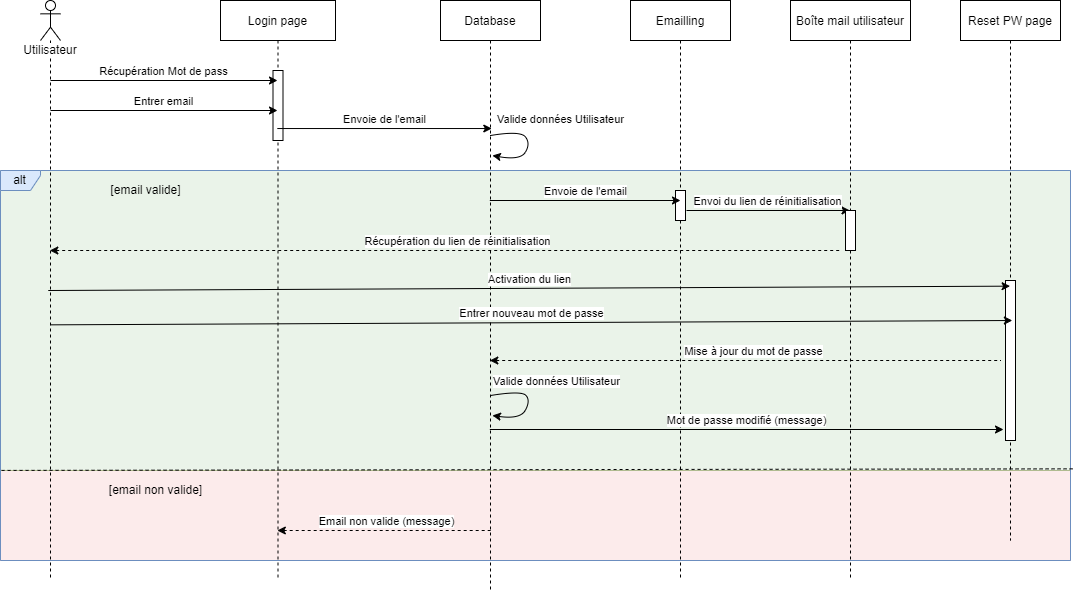
Earlier version of the draw.io export Diagrammes/SequencePasswordReset.drawio.png (Devetik/Diagrammes). Source tidied: cells renumbered, new cells last; positions are measured from the earlier drawing's top-left corner, leaving out a move shared by most shapes. Its diagram source:
```xml
<mxGraphModel>
  <root>
    <mxCell id="0" />
    <mxCell id="1" parent="0" />
    <mxCell id="2" style="rounded=0;whiteSpace=wrap;html=1;fillColor=#f8cecc;strokeColor=#b85450;opacity=40;" parent="1" vertex="1">
      <mxGeometry y="470" width="1070" height="90" as="geometry" />
    </mxCell>
    <mxCell id="3" style="rounded=0;whiteSpace=wrap;html=1;fillColor=#d5e8d4;strokeColor=#82b366;opacity=50;" parent="1" vertex="1">
      <mxGeometry y="170" width="1070" height="300" as="geometry" />
    </mxCell>
    <mxCell id="4" value="Login page" style="shape=umlLifeline;perimeter=lifelinePerimeter;rounded=0;shadow=0;strokeWidth=1;" parent="1" vertex="1">
      <mxGeometry x="220" width="115" height="580" as="geometry" />
    </mxCell>
    <mxCell id="5" style="perimeter=orthogonalPerimeter;rounded=0;shadow=0;strokeWidth=1;" parent="4" vertex="1">
      <mxGeometry x="52.5" y="70" width="10" height="70" as="geometry" />
    </mxCell>
    <mxCell id="6" value="Database" style="shape=umlLifeline;perimeter=lifelinePerimeter;rounded=0;shadow=0;strokeWidth=1;" parent="1" vertex="1">
      <mxGeometry x="440" width="100" height="590" as="geometry" />
    </mxCell>
    <mxCell id="7" value="Valide données Utilisateur" style="curved=1;endArrow=classic;html=1;rounded=0;exitX=0.5;exitY=0.213;exitDx=0;exitDy=0;exitPerimeter=0;entryX=0.519;entryY=0.25;entryDx=0;entryDy=0;entryPerimeter=0;verticalAlign=bottom;" parent="6" edge="1">
      <mxGeometry y="32" relative="1" as="geometry">
        <mxPoint x="50" y="135" as="sourcePoint" />
        <mxPoint x="51.9" y="155" as="targetPoint" />
        <Array as="points">
          <mxPoint x="80" y="130" />
          <mxPoint x="90" y="143" />
          <mxPoint x="80" y="160" />
        </Array>
        <mxPoint x="3" y="-32" as="offset" />
      </mxGeometry>
    </mxCell>
    <mxCell id="8" value="Valide données Utilisateur" style="curved=1;endArrow=classic;html=1;rounded=0;exitX=0.5;exitY=0.213;exitDx=0;exitDy=0;exitPerimeter=0;entryX=0.519;entryY=0.25;entryDx=0;entryDy=0;entryPerimeter=0;verticalAlign=bottom;" parent="6" edge="1">
      <mxGeometry x="-0.05" y="28" relative="1" as="geometry">
        <mxPoint x="50" y="395" as="sourcePoint" />
        <mxPoint x="51.9" y="415" as="targetPoint" />
        <Array as="points">
          <mxPoint x="81" y="390" />
          <mxPoint x="90" y="400" />
          <mxPoint x="80" y="419" />
        </Array>
        <mxPoint x="1" y="-23" as="offset" />
      </mxGeometry>
    </mxCell>
    <mxCell id="9" value="alt" style="shape=umlFrame;whiteSpace=wrap;html=1;width=40;height=20;fillColor=#dae8fc;strokeColor=#6c8ebf;gradientColor=none;swimlaneFillColor=none;" parent="1" vertex="1">
      <mxGeometry y="170" width="1070" height="390" as="geometry" />
    </mxCell>
    <mxCell id="10" value="Utilisateur" style="shape=umlLifeline;participant=umlActor;perimeter=lifelinePerimeter;whiteSpace=wrap;html=1;verticalAlign=top;spacingTop=36;outlineConnect=0;align=center;labelBackgroundColor=default;size=40;" parent="1" vertex="1">
      <mxGeometry x="40" width="20" height="580" as="geometry" />
    </mxCell>
    <mxCell id="11" value="Email non valide (message)" style="endArrow=none;html=1;rounded=0;verticalAlign=bottom;startArrow=classic;startFill=1;endFill=0;dashed=1;" parent="10" edge="1" source="4">
      <mxGeometry x="0.03" relative="1" as="geometry">
        <mxPoint x="450.9" y="530" as="targetPoint" />
        <mxPoint x="-1" as="offset" />
      </mxGeometry>
    </mxCell>
    <mxCell id="12" style="endArrow=none;dashed=1;html=1;rounded=0;entryX=1.003;entryY=0.765;entryDx=0;entryDy=0;entryPerimeter=0;exitX=0.001;exitY=0.769;exitDx=0;exitDy=0;exitPerimeter=0;" parent="1" edge="1" source="9" target="9">
      <mxGeometry relative="1" as="geometry" />
    </mxCell>
    <mxCell id="13" value="[email valide]" style="text;html=1;align=center;verticalAlign=middle;strokeColor=none;fillColor=none;" parent="1" vertex="1">
      <mxGeometry x="100" y="180" width="90" height="20" as="geometry" />
    </mxCell>
    <mxCell id="14" value="Boîte mail utilisateur" style="shape=umlLifeline;perimeter=lifelinePerimeter;rounded=0;shadow=0;strokeWidth=1;" parent="1" vertex="1">
      <mxGeometry x="790" width="120" height="580" as="geometry" />
    </mxCell>
    <mxCell id="15" value="Envoi du lien de réinitialisation" style="endArrow=classic;html=1;rounded=0;verticalAlign=bottom;" parent="14" edge="1" target="14">
      <mxGeometry relative="1" as="geometry">
        <mxPoint x="-104" y="210" as="sourcePoint" />
      </mxGeometry>
    </mxCell>
    <mxCell id="16" value="Récupération du lien de réinitialisation" style="endArrow=none;html=1;rounded=0;verticalAlign=bottom;startArrow=classic;startFill=1;endFill=0;dashed=1;" parent="14" edge="1" source="10">
      <mxGeometry x="0.03" relative="1" as="geometry">
        <mxPoint x="49.7" y="250" as="targetPoint" />
        <mxPoint x="-1" as="offset" />
      </mxGeometry>
    </mxCell>
    <mxCell id="17" value="Mise à jour du mot de passe" style="endArrow=none;html=1;rounded=0;verticalAlign=bottom;startArrow=classic;startFill=1;endFill=0;dashed=1;" parent="14" edge="1" source="6">
      <mxGeometry x="0.03" relative="1" as="geometry">
        <mxPoint x="210.4" y="360" as="targetPoint" />
        <mxPoint x="-1" as="offset" />
      </mxGeometry>
    </mxCell>
    <mxCell id="18" style="perimeter=orthogonalPerimeter;rounded=0;shadow=0;strokeWidth=1;" parent="14" vertex="1">
      <mxGeometry x="55" y="210" width="10" height="40" as="geometry" />
    </mxCell>
    <mxCell id="19" value="Récupération Mot de pass" style="endArrow=classic;html=1;rounded=0;verticalAlign=bottom;" parent="1" edge="1">
      <mxGeometry relative="1" as="geometry">
        <mxPoint x="50" y="80" as="sourcePoint" />
        <mxPoint x="277" y="80" as="targetPoint" />
      </mxGeometry>
    </mxCell>
    <mxCell id="20" value="Envoie de l'email" style="endArrow=classic;html=1;rounded=0;verticalAlign=bottom;entryX=0.513;entryY=0.217;entryDx=0;entryDy=0;entryPerimeter=0;" parent="1" edge="1" source="4" target="6">
      <mxGeometry relative="1" as="geometry" />
    </mxCell>
    <mxCell id="21" value="Entrer email" style="endArrow=classic;html=1;rounded=0;verticalAlign=bottom;" parent="1" edge="1">
      <mxGeometry relative="1" as="geometry">
        <mxPoint x="50" y="110" as="sourcePoint" />
        <mxPoint x="277" y="110" as="targetPoint" />
      </mxGeometry>
    </mxCell>
    <mxCell id="22" value="Emailling" style="shape=umlLifeline;perimeter=lifelinePerimeter;rounded=0;shadow=0;strokeWidth=1;" parent="1" vertex="1">
      <mxGeometry x="630" width="100" height="580" as="geometry" />
    </mxCell>
    <mxCell id="23" style="perimeter=orthogonalPerimeter;rounded=0;shadow=0;strokeWidth=1;" parent="22" vertex="1">
      <mxGeometry x="45" y="190" width="10" height="30" as="geometry" />
    </mxCell>
    <mxCell id="24" value="Reset PW page" style="shape=umlLifeline;perimeter=lifelinePerimeter;rounded=0;shadow=0;strokeWidth=1;" parent="1" vertex="1">
      <mxGeometry x="960" width="100" height="540" as="geometry" />
    </mxCell>
    <mxCell id="25" style="perimeter=orthogonalPerimeter;rounded=0;shadow=0;strokeWidth=1;" parent="24" vertex="1">
      <mxGeometry x="45" y="280" width="10" height="160" as="geometry" />
    </mxCell>
    <mxCell id="26" value="Activation du lien" style="endArrow=classic;html=1;rounded=0;verticalAlign=bottom;entryX=0.496;entryY=0.529;entryDx=0;entryDy=0;entryPerimeter=0;" parent="1" edge="1" target="24">
      <mxGeometry relative="1" as="geometry">
        <mxPoint x="47.8" y="290" as="sourcePoint" />
      </mxGeometry>
    </mxCell>
    <mxCell id="27" value="Entrer nouveau mot de passe" style="endArrow=classic;html=1;rounded=0;verticalAlign=bottom;entryX=0.496;entryY=0.529;entryDx=0;entryDy=0;entryPerimeter=0;" parent="1" edge="1">
      <mxGeometry relative="1" as="geometry">
        <mxPoint x="50" y="324.3" as="sourcePoint" />
        <mxPoint x="1011.8" y="320" as="targetPoint" />
      </mxGeometry>
    </mxCell>
    <mxCell id="28" value="Envoie de l'email" style="endArrow=classic;html=1;rounded=0;verticalAlign=bottom;" parent="1" edge="1" source="6">
      <mxGeometry relative="1" as="geometry">
        <mxPoint x="680" y="200" as="targetPoint" />
      </mxGeometry>
    </mxCell>
    <mxCell id="29" value="Mot de passe modifié (message)" style="endArrow=classic;html=1;rounded=0;verticalAlign=bottom;" parent="1" edge="1" source="6">
      <mxGeometry relative="1" as="geometry">
        <mxPoint x="1003" y="429" as="targetPoint" />
      </mxGeometry>
    </mxCell>
    <mxCell id="30" value="[email non valide]" style="text;html=1;align=center;verticalAlign=middle;strokeColor=none;fillColor=none;" parent="1" vertex="1">
      <mxGeometry x="100" y="480" width="110" height="20" as="geometry" />
    </mxCell>
  </root>
</mxGraphModel>
```
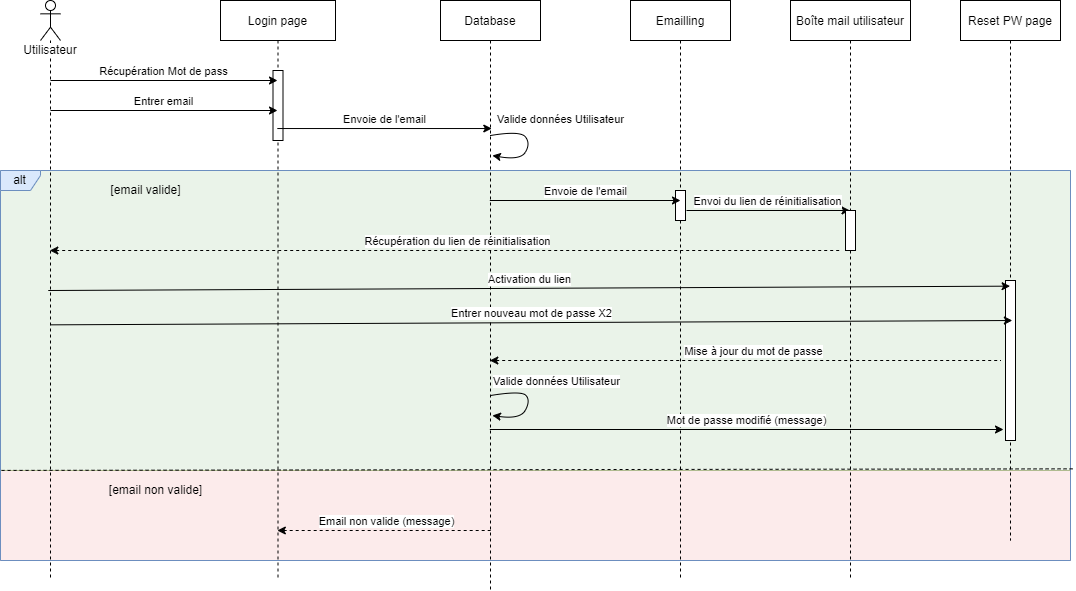
Above is the later version.

The edit, as a diff of the source:
```diff
@@ -114,7 +114,7 @@
         <mxPoint x="47.8" y="290" as="sourcePoint" />
       </mxGeometry>
     </mxCell>
-    <mxCell id="27" value="Entrer nouveau mot de passe" style="endArrow=classic;html=1;rounded=0;verticalAlign=bottom;entryX=0.496;entryY=0.529;entryDx=0;entryDy=0;entryPerimeter=0;" parent="1" edge="1">
+    <mxCell id="27" value="Entrer nouveau mot de passe X2" style="endArrow=classic;html=1;rounded=0;verticalAlign=bottom;entryX=0.496;entryY=0.529;entryDx=0;entryDy=0;entryPerimeter=0;" parent="1" edge="1">
       <mxGeometry relative="1" as="geometry">
         <mxPoint x="50" y="324.3" as="sourcePoint" />
         <mxPoint x="1011.8" y="320" as="targetPoint" />
```
